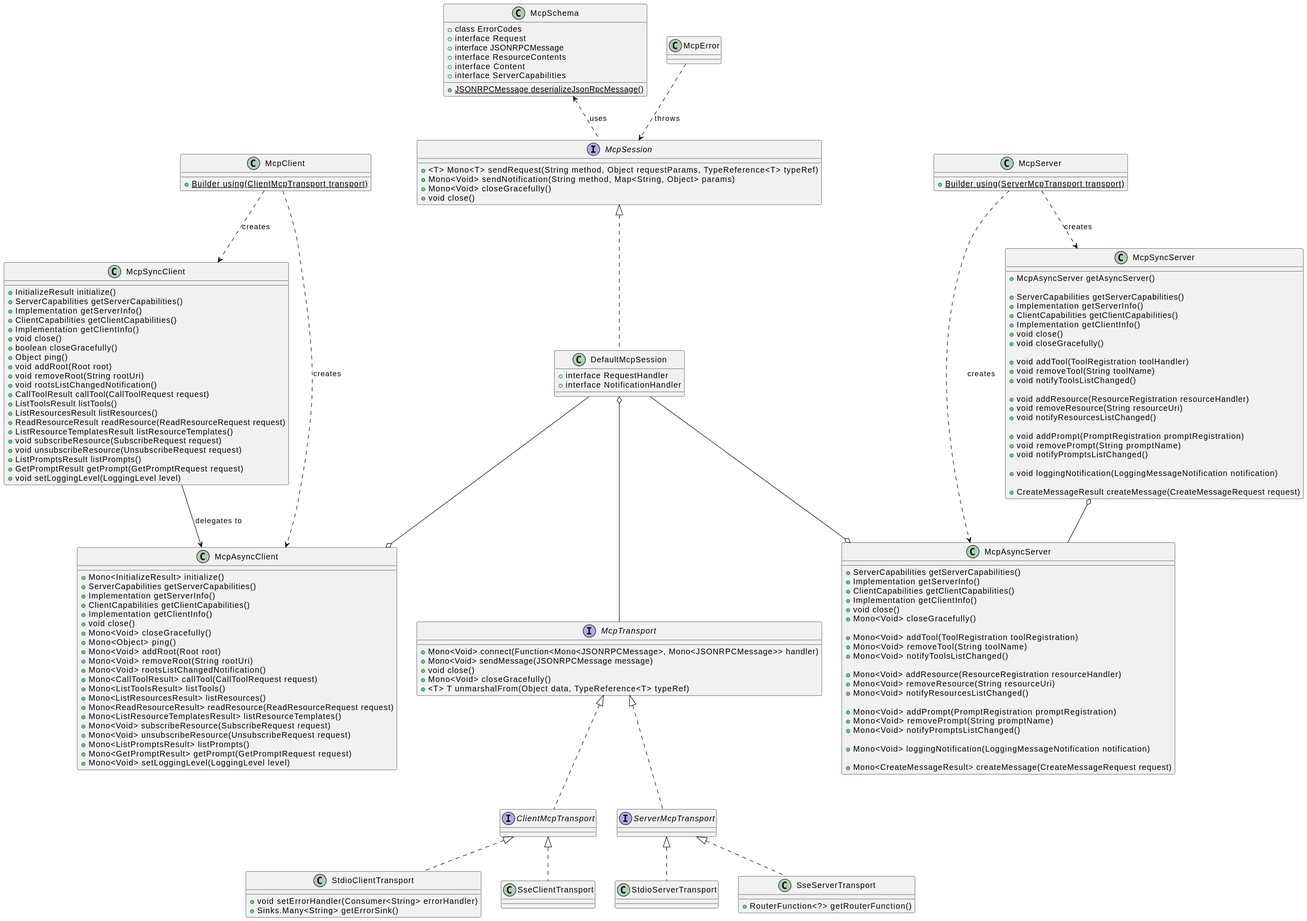
Earlier version of the PlantUML export mcp-docs/src/main/antora/modules/ROOT/images/spring-ai-mcp-uml-classdiagram.svg (ziscloud/java-sdk).
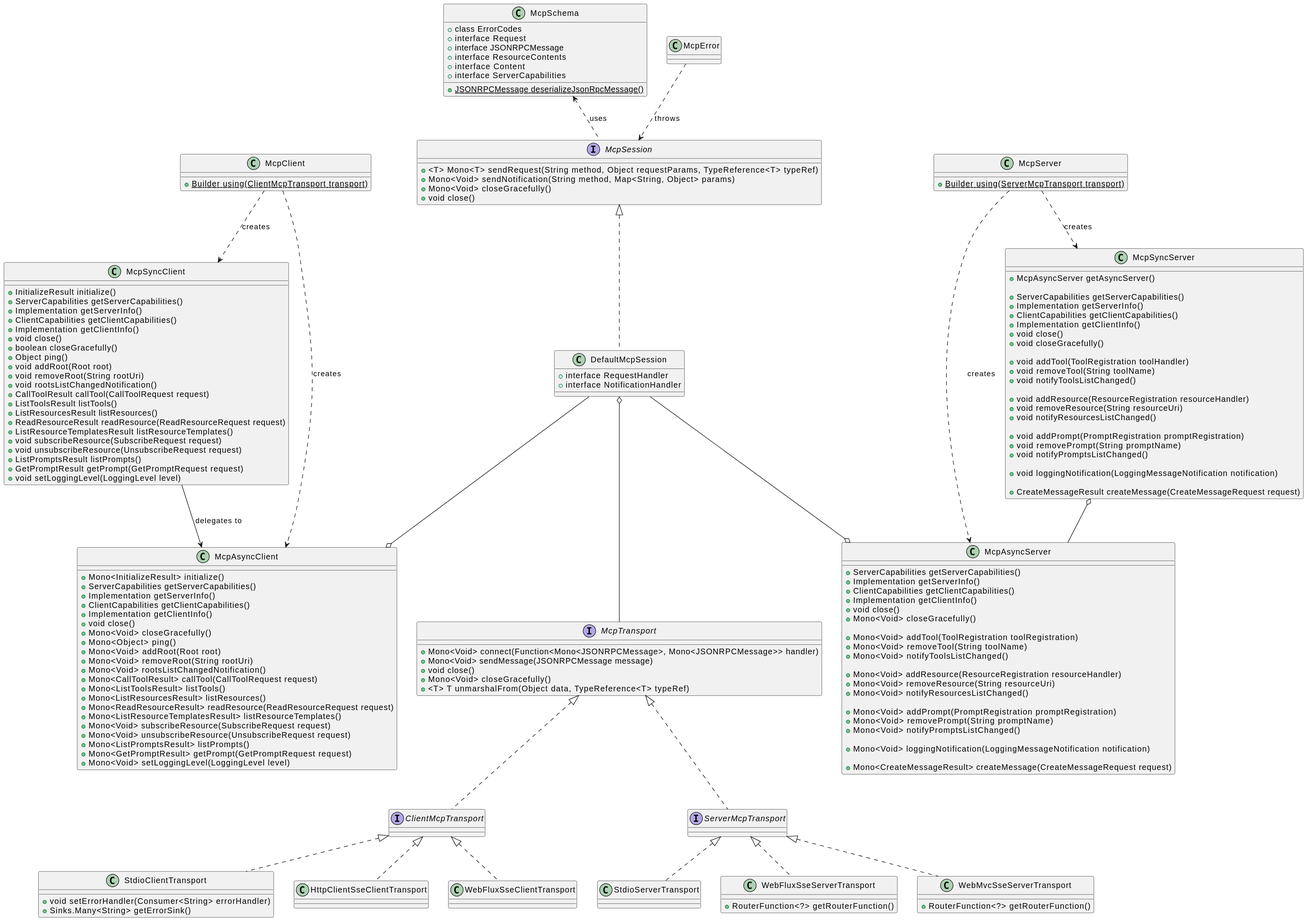
Later version of the same file.

Diff of the diagram source:
```diff
@@ -133,15 +133,26 @@
   +Sinks.Many<String> getErrorSink()
 }
 
-class SseClientTransport implements ClientMcpTransport {
-}
-
 class StdioServerTransport implements ServerMcpTransport {
 }
 
-class SseServerTransport implements ServerMcpTransport {
+
+class HttpClientSseClientTransport implements ClientMcpTransport {
+}
+
+
+class WebFluxSseClientTransport implements ClientMcpTransport {
+}
+
+
+class WebFluxSseServerTransport implements ServerMcpTransport {
   +RouterFunction<?> getRouterFunction()
 }
+
+class WebMvcSseServerTransport implements ServerMcpTransport {
+  +RouterFunction<?> getRouterFunction()
+}
+
 
 class McpSchema {
   +class ErrorCodes
```
